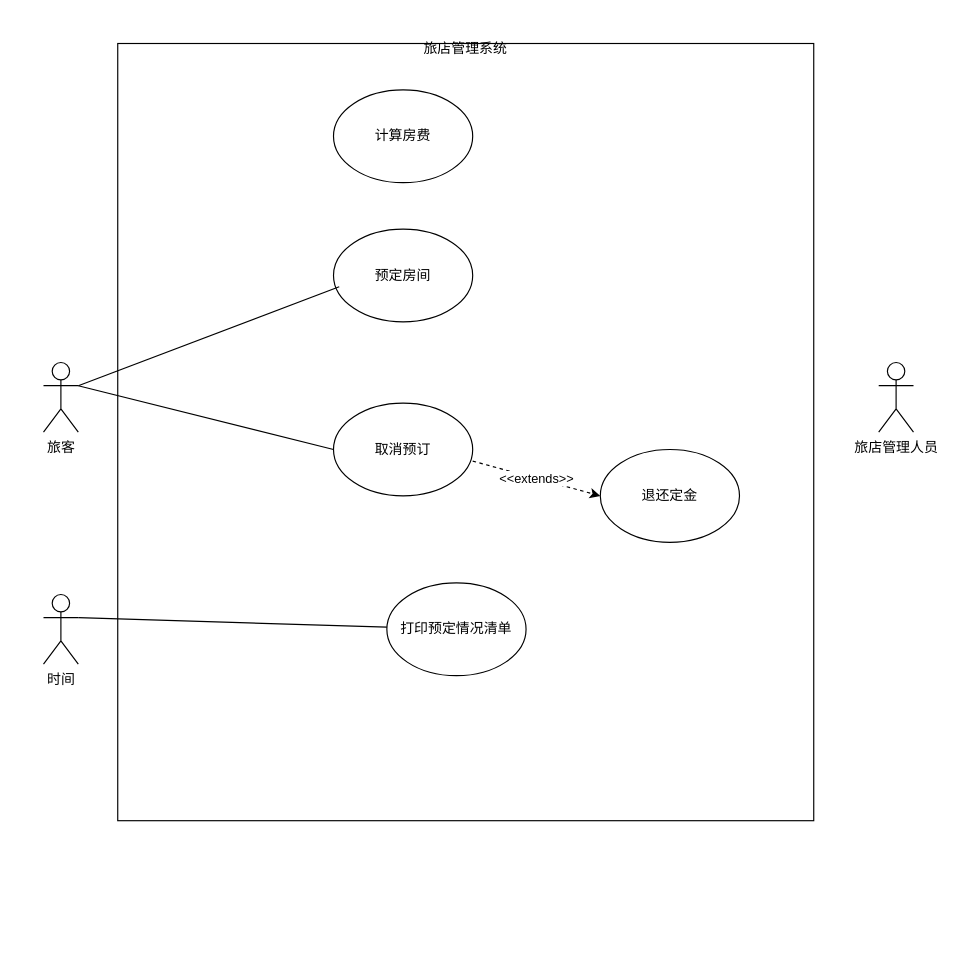
The draw.io diagram 未命名绘图.drawio in keridone/Micro-Wheeled_leg-Robot, before the edit. Source tidied: cells renumbered, new cells numbered last; positions are measured from the earlier drawing's top-left corner, leaving out a move shared by most shapes. Both pictures are drawn from the tidied source at 116%, with x=0, y=0 at pixel (43, 31).
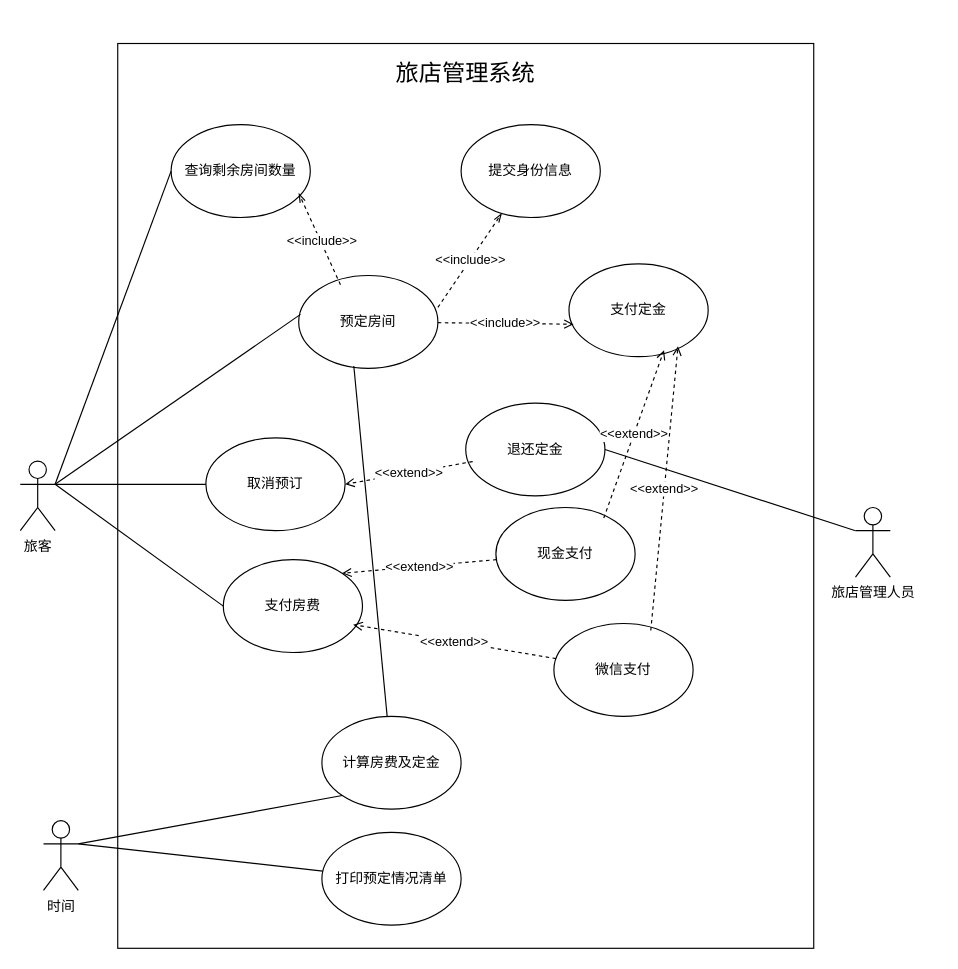
The same page after the edit.

Commit message:
更新未命名绘图.drawio

Diff of the diagram source:
```diff
@@
     <mxCell id="2" style="rounded=0;whiteSpace=wrap;html=1;" parent="1" vertex="1">
-      <mxGeometry x="64" y="10" width="600" height="670" as="geometry" />
+      <mxGeometry x="64" y="10" width="600" height="780" as="geometry" />
     </mxCell>
-    <mxCell id="3" value="旅店管理系统" style="text;html=1;align=center;verticalAlign=middle;whiteSpace=wrap;rounded=0;" parent="1" vertex="1">
-      <mxGeometry x="312" width="104" height="30" as="geometry" />
+    <mxCell id="3" value="&lt;font style=&quot;font-size: 20px;&quot;&gt;旅店管理系统&lt;/font&gt;" style="text;html=1;align=center;verticalAlign=middle;whiteSpace=wrap;rounded=0;" parent="1" vertex="1">
+      <mxGeometry x="275" y="-10" width="178" height="90" as="geometry" />
     </mxCell>
     <mxCell id="4" value="旅店管理人员" style="shape=umlActor;verticalLabelPosition=bottom;verticalAlign=top;html=1;outlineConnect=0;" parent="1" vertex="1">
-      <mxGeometry x="720" y="285" width="30" height="60" as="geometry" />
+      <mxGeometry x="700" y="410" width="30" height="60" as="geometry" />
     </mxCell>
     <mxCell id="5" value="旅客" style="shape=umlActor;verticalLabelPosition=bottom;verticalAlign=top;html=1;outlineConnect=0;" parent="1" vertex="1">
-      <mxGeometry y="285" width="30" height="60" as="geometry" />
+      <mxGeometry x="-20" y="370" width="30" height="60" as="geometry" />
     </mxCell>
     <mxCell id="6" value="预定房间" style="ellipse;whiteSpace=wrap;html=1;" parent="1" vertex="1">
-      <mxGeometry x="250" y="170" width="120" height="80" as="geometry" />
+      <mxGeometry x="220" y="210" width="120" height="80" as="geometry" />
     </mxCell>
-    <mxCell id="7" value="计算房费" style="ellipse;whiteSpace=wrap;html=1;" parent="1" vertex="1">
-      <mxGeometry x="250" y="50" width="120" height="80" as="geometry" />
+    <mxCell id="7" value="计算房费及定金" style="ellipse;whiteSpace=wrap;html=1;" parent="1" vertex="1">
+      <mxGeometry x="240" y="590" width="120" height="80" as="geometry" />
     </mxCell>
-    <mxCell id="8" style="endArrow=none;html=1;rounded=0;exitX=1;exitY=0.3333333333333333;exitDx=0;exitDy=0;exitPerimeter=0;entryX=0.041;entryY=0.621;entryDx=0;entryDy=0;entryPerimeter=0;" parent="1" edge="1" source="5" target="6">
+    <mxCell id="8" style="endArrow=none;html=1;rounded=0;exitX=1;exitY=0.3333333333333333;exitDx=0;exitDy=0;exitPerimeter=0;entryX=0.013;entryY=0.419;entryDx=0;entryDy=0;entryPerimeter=0;" parent="1" edge="1" source="5" target="6">
       <mxGeometry relative="1" as="geometry" />
     </mxCell>
     <mxCell id="9" value="时间" style="shape=umlActor;verticalLabelPosition=bottom;verticalAlign=top;html=1;outlineConnect=0;" parent="1" vertex="1">
-      <mxGeometry y="485" width="30" height="60" as="geometry" />
+      <mxGeometry y="680" width="30" height="60" as="geometry" />
     </mxCell>
     <mxCell id="10" value="取消预订" style="ellipse;whiteSpace=wrap;html=1;" parent="1" vertex="1">
-      <mxGeometry x="250" y="320" width="120" height="80" as="geometry" />
+      <mxGeometry x="140" y="350" width="120" height="80" as="geometry" />
     </mxCell>
     <mxCell id="11" value="退还定金" style="ellipse;whiteSpace=wrap;html=1;" parent="1" vertex="1">
-      <mxGeometry x="480" y="360" width="120" height="80" as="geometry" />
+      <mxGeometry x="364" y="320" width="120" height="80" as="geometry" />
     </mxCell>
@@
     <mxCell id="13" value="打印预定情况清单" style="ellipse;whiteSpace=wrap;html=1;" parent="1" vertex="1">
-      <mxGeometry x="296" y="475" width="120" height="80" as="geometry" />
+      <mxGeometry x="240" y="690" width="120" height="80" as="geometry" />
     </mxCell>
@@
-    <mxCell id="15" value="&amp;lt;&amp;lt;extends&amp;gt;&amp;gt;" style="endArrow=classic;html=1;rounded=0;entryX=0;entryY=0.5;entryDx=0;entryDy=0;strokeColor=default;exitX=0;exitY=0.5;exitDx=0;exitDy=0;dashed=1;" parent="1" edge="1" target="11">
-      <mxGeometry relative="1" as="geometry">
-        <mxPoint x="370" y="370" as="sourcePoint" />
-      </mxGeometry>
+    <mxCell id="15" value="&amp;lt;&amp;lt;extend&amp;gt;&amp;gt;" style="endArrow=open;html=1;rounded=0;entryX=1;entryY=0.5;entryDx=0;entryDy=0;strokeColor=default;dashed=1;endFill=0;exitX=0.05;exitY=0.63;exitDx=0;exitDy=0;exitPerimeter=0;" parent="1" edge="1" source="11" target="10">
+      <mxGeometry relative="1" as="geometry" />
     </mxCell>
+    <mxCell id="16" style="endArrow=none;html=1;rounded=0;entryX=0;entryY=1;entryDx=0;entryDy=0;exitX=1;exitY=0.3333333333333333;exitDx=0;exitDy=0;exitPerimeter=0;" parent="1" edge="1" source="9" target="7">
+      <mxGeometry relative="1" as="geometry" />
+    </mxCell>
+    <mxCell id="17" value="查询剩余房间数量" style="ellipse;whiteSpace=wrap;html=1;" parent="1" vertex="1">
+      <mxGeometry x="110" y="80" width="120" height="80" as="geometry" />
+    </mxCell>
+    <mxCell id="18" style="endArrow=none;html=1;rounded=0;exitX=1;exitY=0.3333333333333333;exitDx=0;exitDy=0;exitPerimeter=0;entryX=0;entryY=0.5;entryDx=0;entryDy=0;" parent="1" edge="1" source="5" target="17">
+      <mxGeometry relative="1" as="geometry" />
+    </mxCell>
+    <mxCell id="19" style="endArrow=openThin;html=1;rounded=0;exitX=0.3;exitY=0.1;exitDx=0;exitDy=0;exitPerimeter=0;entryX=0.917;entryY=0.738;entryDx=0;entryDy=0;entryPerimeter=0;dashed=1;endFill=0;" parent="1" edge="1" source="6" target="17">
+      <mxGeometry relative="1" as="geometry" />
+    </mxCell>
+    <mxCell id="20" value="&amp;lt;&amp;lt;include&amp;gt;&amp;gt;" style="edgeLabel;html=1;align=center;verticalAlign=middle;" parent="19" vertex="1">
+      <mxGeometry x="-0.04" y="-1" relative="1" as="geometry" />
+    </mxCell>
+    <mxCell id="21" style="endArrow=none;html=1;rounded=0;entryX=0.396;entryY=0.975;entryDx=0;entryDy=0;entryPerimeter=0;" parent="1" edge="1" source="7" target="6">
+      <mxGeometry relative="1" as="geometry" />
+    </mxCell>
+    <mxCell id="22" value="提交身份信息" style="ellipse;whiteSpace=wrap;html=1;" parent="1" vertex="1">
+      <mxGeometry x="360" y="80" width="120" height="80" as="geometry" />
+    </mxCell>
+    <mxCell id="23" value="&amp;lt;&amp;lt;include&amp;gt;&amp;gt;" style="endArrow=openThin;html=1;rounded=0;exitX=1;exitY=0.344;exitDx=0;exitDy=0;exitPerimeter=0;dashed=1;endFill=0;" parent="1" edge="1" source="6" target="22">
+      <mxGeometry relative="1" as="geometry" />
+    </mxCell>
+    <mxCell id="24" value="支付定金" style="ellipse;whiteSpace=wrap;html=1;" parent="1" vertex="1">
+      <mxGeometry x="453" y="200" width="120" height="80" as="geometry" />
+    </mxCell>
+    <mxCell id="25" value="&amp;lt;&amp;lt;include&amp;gt;&amp;gt;" style="endArrow=open;html=1;rounded=0;entryX=0.033;entryY=0.65;entryDx=0;entryDy=0;entryPerimeter=0;endFill=0;dashed=1;" parent="1" edge="1" source="6" target="24">
+      <mxGeometry relative="1" as="geometry" />
+    </mxCell>
+    <mxCell id="26" style="endArrow=none;html=1;rounded=0;exitX=1;exitY=0.5;exitDx=0;exitDy=0;entryX=0;entryY=0.3333333333333333;entryDx=0;entryDy=0;entryPerimeter=0;" parent="1" edge="1" source="11" target="4">
+      <mxGeometry relative="1" as="geometry" />
+    </mxCell>
+    <mxCell id="27" value="支付房费" style="ellipse;whiteSpace=wrap;html=1;" parent="1" vertex="1">
+      <mxGeometry x="155" y="455" width="120" height="80" as="geometry" />
+    </mxCell>
+    <mxCell id="28" style="endArrow=none;html=1;rounded=0;exitX=1;exitY=0.3333333333333333;exitDx=0;exitDy=0;exitPerimeter=0;entryX=0;entryY=0.5;entryDx=0;entryDy=0;" parent="1" edge="1" source="5" target="27">
+      <mxGeometry relative="1" as="geometry" />
+    </mxCell>
+    <mxCell id="29" value="微信支付" style="ellipse;whiteSpace=wrap;html=1;" parent="1" vertex="1">
+      <mxGeometry x="440" y="510" width="120" height="80" as="geometry" />
+    </mxCell>
+    <mxCell id="30" value="现金支付" style="ellipse;whiteSpace=wrap;html=1;" parent="1" vertex="1">
+      <mxGeometry x="390" y="410" width="120" height="80" as="geometry" />
+    </mxCell>
+    <mxCell id="31" value="&amp;lt;&amp;lt;extend&amp;gt;&amp;gt;" style="endArrow=open;html=1;rounded=0;entryX=0.683;entryY=0.931;entryDx=0;entryDy=0;entryPerimeter=0;exitX=0.775;exitY=0.113;exitDx=0;exitDy=0;exitPerimeter=0;endFill=0;dashed=1;" parent="1" edge="1" source="30" target="24">
+      <mxGeometry relative="1" as="geometry" />
+    </mxCell>
+    <mxCell id="32" value="&amp;lt;&amp;lt;extend&amp;gt;&amp;gt;" style="endArrow=open;html=1;rounded=0;exitX=0.696;exitY=0.075;exitDx=0;exitDy=0;exitPerimeter=0;entryX=0.783;entryY=0.888;entryDx=0;entryDy=0;entryPerimeter=0;endFill=0;dashed=1;" parent="1" edge="1" source="29" target="24">
+      <mxGeometry relative="1" as="geometry" />
+    </mxCell>
+    <mxCell id="33" value="&amp;lt;&amp;lt;extend&amp;gt;&amp;gt;" style="endArrow=open;html=1;rounded=0;entryX=1;entryY=0;entryDx=0;entryDy=0;dashed=1;endFill=0;" parent="1" edge="1" source="30" target="27">
+      <mxGeometry relative="1" as="geometry" />
+    </mxCell>
+    <mxCell id="34" value="&amp;lt;&amp;lt;extend&amp;gt;&amp;gt;" style="endArrow=open;html=1;rounded=0;entryX=0.933;entryY=0.7;entryDx=0;entryDy=0;entryPerimeter=0;dashed=1;endFill=0;" parent="1" edge="1" source="29" target="27">
+      <mxGeometry relative="1" as="geometry" />
+    </mxCell>
```
